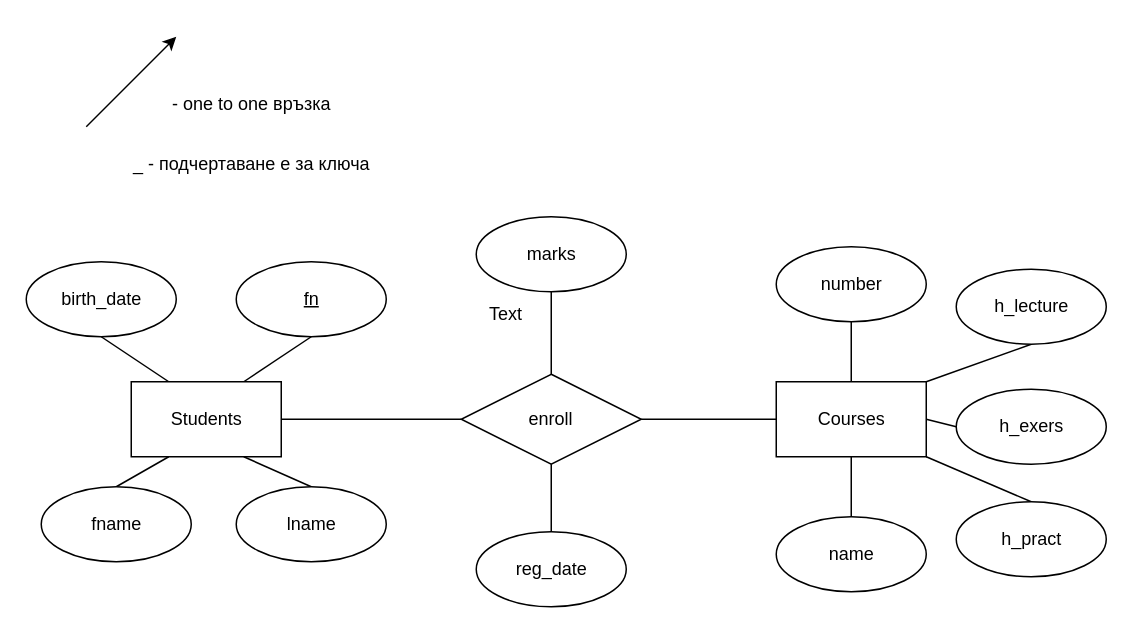
Nv4n/FMI keeps this draw.io diagram as page "Page-1" (1 of 2) of Course3/Databases/Week01/db.drawio. Above is the earlier version. Source tidied: cells renumbered, new cells numbered last; positions are measured from the earlier drawing's top-left corner, leaving out a move shared by most shapes. Both pictures are drawn from the tidied source at 150%, with x=0, y=0 at pixel (26, 36).
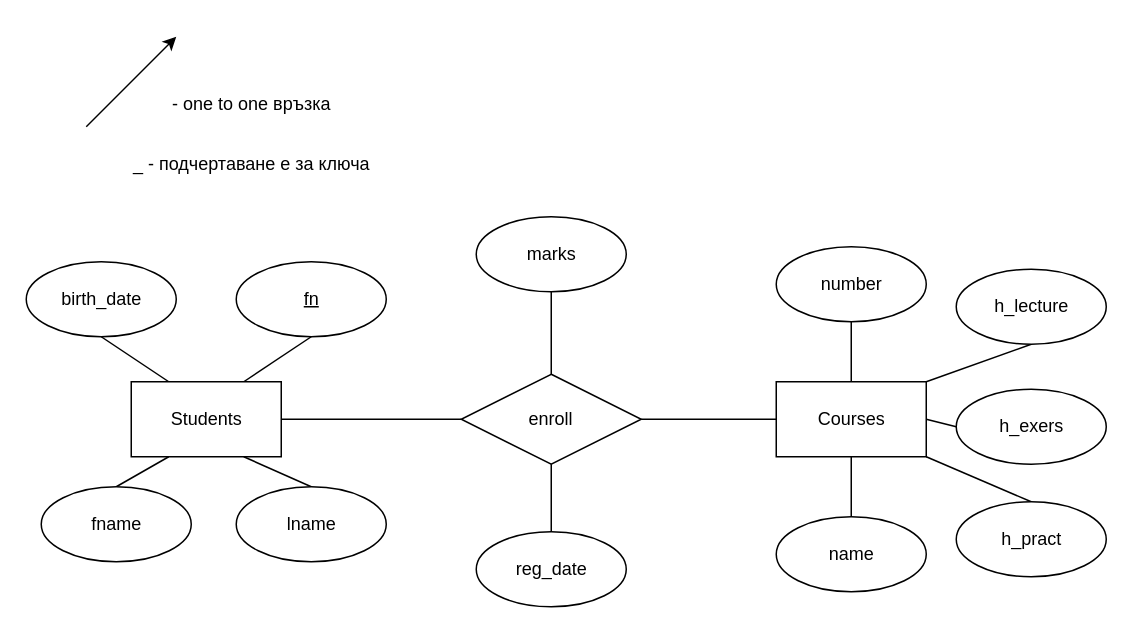
After the change.

Commit message:
feat: :seedling: first db diagram

Relationship diagram for uni students and football team

What changed in the source:
```diff
@@
-    <mxCell id="32" value="Text" style="text;strokeColor=none;align=center;fillColor=none;html=1;verticalAlign=middle;whiteSpace=wrap;rounded=0;" parent="1" vertex="1">
-      <mxGeometry x="290" y="170" width="60" height="30" as="geometry" />
-    </mxCell>
```
